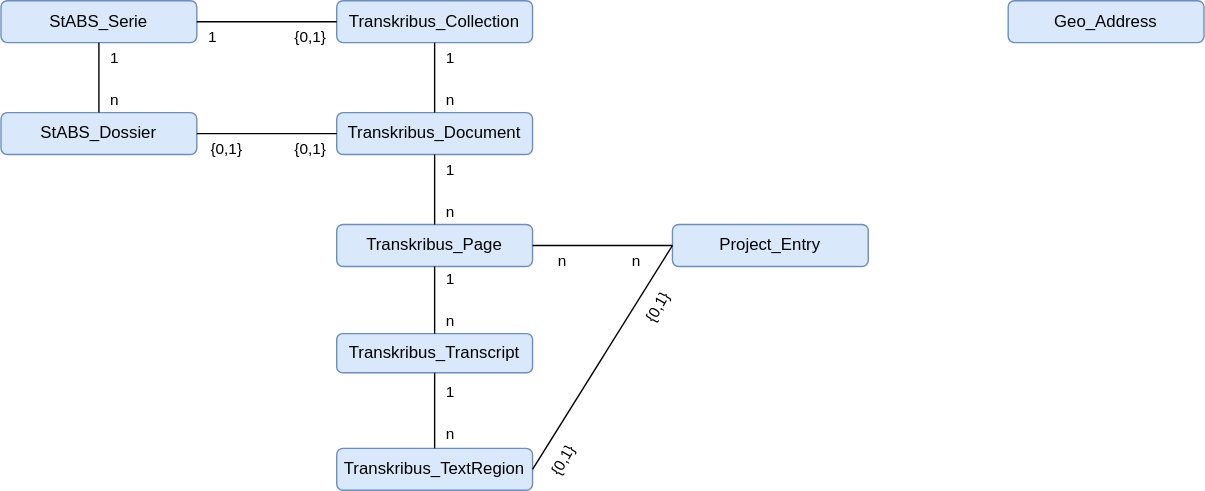
This is entityRelations.svg from history-unibas/Postgresql-Project-Database, a draw.io export, as it was before one commit. Source tidied: cells renumbered, new cells last; positions are measured from the earlier drawing's top-left corner, leaving out a move shared by most shapes.
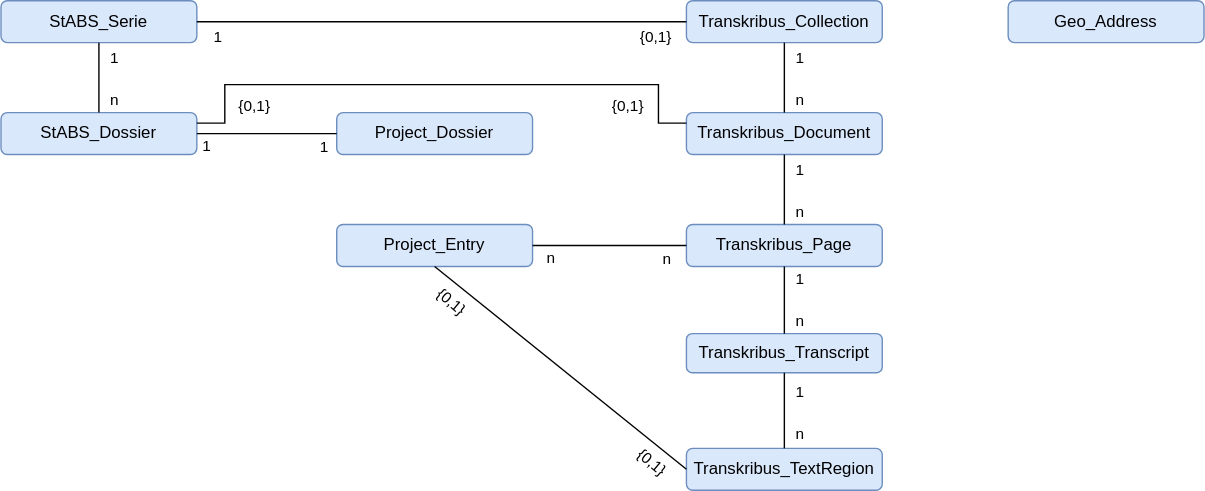
Later version of the same file.

Commit message:
add entity project_dossier

Change to the diagram source:
```diff
@@ -3,10 +3,10 @@
     <mxCell id="0" />
     <mxCell id="1" parent="0" />
     <mxCell id="2" value="StABS_Serie" style="rounded=1;whiteSpace=wrap;html=1;fillColor=#dae8fc;strokeColor=#6c8ebf;" parent="1" vertex="1">
-      <mxGeometry width="140" height="30" as="geometry" />
+      <mxGeometry x="-250" width="140" height="30" as="geometry" />
     </mxCell>
     <mxCell id="3" value="StABS_Dossier" style="rounded=1;whiteSpace=wrap;html=1;fillColor=#dae8fc;strokeColor=#6c8ebf;" parent="1" vertex="1">
-      <mxGeometry y="80" width="140" height="30" as="geometry" />
+      <mxGeometry x="-250" y="80" width="140" height="30" as="geometry" />
     </mxCell>
     <mxCell id="4" value="Transkribus_Collection" style="rounded=1;whiteSpace=wrap;html=1;fillColor=#dae8fc;strokeColor=#6c8ebf;" parent="1" vertex="1">
       <mxGeometry x="240" width="140" height="30" as="geometry" />
@@ -41,25 +41,33 @@
     </mxCell>
     <mxCell id="13" value="{0,1}" style="edgeLabel;html=1;align=center;verticalAlign=middle;" parent="12" vertex="1">
       <mxGeometry x="0.23" y="2" relative="1" as="geometry">
-        <mxPoint x="42" y="8" as="offset" />
+        <mxPoint x="192" y="8" as="offset" />
       </mxGeometry>
     </mxCell>
     <mxCell id="14" value="1" style="edgeLabel;html=1;align=center;verticalAlign=middle;" parent="12" vertex="1">
       <mxGeometry relative="1" as="geometry">
-        <mxPoint x="-40" y="10" as="offset" />
+        <mxPoint x="-161" y="10" as="offset" />
       </mxGeometry>
     </mxCell>
-    <mxCell id="15" style="endArrow=none;html=1;rounded=0;entryX=1;entryY=0.5;entryDx=0;entryDy=0;exitX=0;exitY=0.5;exitDx=0;exitDy=0;" parent="1" edge="1" source="5" target="3">
-      <mxGeometry relative="1" as="geometry" />
+    <mxCell id="15" style="endArrow=none;html=1;rounded=0;edgeStyle=orthogonalEdgeStyle;entryX=1;entryY=0.25;entryDx=0;entryDy=0;exitX=0;exitY=0.25;exitDx=0;exitDy=0;" parent="1" edge="1" source="5" target="3">
+      <mxGeometry relative="1" as="geometry">
+        <Array as="points">
+          <mxPoint x="220" y="88" />
+          <mxPoint x="220" y="60" />
+          <mxPoint x="-90" y="60" />
+          <mxPoint x="-90" y="88" />
+          <mxPoint x="-110" y="88" />
+        </Array>
+      </mxGeometry>
     </mxCell>
     <mxCell id="16" value="{0,1}" style="edgeLabel;html=1;align=center;verticalAlign=middle;" parent="15" vertex="1">
       <mxGeometry x="0.23" y="2" relative="1" as="geometry">
-        <mxPoint x="-18" y="8" as="offset" />
+        <mxPoint x="-88" y="12" as="offset" />
       </mxGeometry>
     </mxCell>
     <mxCell id="17" value="{0,1}" style="edgeLabel;html=1;align=center;verticalAlign=middle;" parent="15" vertex="1">
       <mxGeometry relative="1" as="geometry">
-        <mxPoint x="30" y="10" as="offset" />
+        <mxPoint x="133" y="14" as="offset" />
       </mxGeometry>
     </mxCell>
     <mxCell id="18" style="endArrow=none;html=1;rounded=0;entryX=0.5;entryY=1;entryDx=0;entryDy=0;exitX=0.5;exitY=0;exitDx=0;exitDy=0;" parent="1" edge="1" source="5" target="4">
@@ -115,36 +123,52 @@
       </mxGeometry>
     </mxCell>
     <mxCell id="30" value="Project_Entry" style="rounded=1;whiteSpace=wrap;html=1;fillColor=#dae8fc;strokeColor=#6c8ebf;" parent="1" vertex="1">
-      <mxGeometry x="480" y="160" width="140" height="30" as="geometry" />
+      <mxGeometry x="-10" y="160" width="140" height="30" as="geometry" />
     </mxCell>
-    <mxCell id="31" style="endArrow=none;html=1;rounded=0;entryX=1;entryY=0.5;entryDx=0;entryDy=0;exitX=0;exitY=0.5;exitDx=0;exitDy=0;" parent="1" edge="1" source="30" target="6">
+    <mxCell id="31" style="endArrow=none;html=1;rounded=0;entryX=0;entryY=0.5;entryDx=0;entryDy=0;exitX=1;exitY=0.5;exitDx=0;exitDy=0;" parent="1" edge="1" source="30" target="6">
       <mxGeometry relative="1" as="geometry" />
     </mxCell>
     <mxCell id="32" value="n" style="edgeLabel;html=1;align=center;verticalAlign=middle;" parent="31" vertex="1">
       <mxGeometry x="0.23" y="2" relative="1" as="geometry">
-        <mxPoint x="-18" y="8" as="offset" />
+        <mxPoint x="-56" y="10" as="offset" />
       </mxGeometry>
     </mxCell>
     <mxCell id="33" value="n" style="edgeLabel;html=1;align=center;verticalAlign=middle;" parent="31" vertex="1">
       <mxGeometry relative="1" as="geometry">
-        <mxPoint x="23" y="10" as="offset" />
+        <mxPoint x="40" y="9" as="offset" />
       </mxGeometry>
     </mxCell>
-    <mxCell id="34" style="endArrow=none;html=1;rounded=0;entryX=1;entryY=0.5;entryDx=0;entryDy=0;exitX=0;exitY=0.5;exitDx=0;exitDy=0;" parent="1" edge="1" source="30" target="8">
+    <mxCell id="34" style="endArrow=none;html=1;rounded=0;entryX=0;entryY=0.5;entryDx=0;entryDy=0;exitX=0.5;exitY=1;exitDx=0;exitDy=0;" parent="1" edge="1" source="30" target="8">
       <mxGeometry relative="1" as="geometry" />
     </mxCell>
-    <mxCell id="35" value="{0,1}" style="edgeLabel;html=1;align=center;verticalAlign=middle;rotation=-60;" parent="34" vertex="1">
+    <mxCell id="35" value="{0,1}" style="edgeLabel;html=1;align=center;verticalAlign=middle;rotation=40;" parent="34" vertex="1">
       <mxGeometry x="0.23" y="2" relative="1" as="geometry">
-        <mxPoint x="-19" y="55" as="offset" />
+        <mxPoint x="-100" y="-63" as="offset" />
       </mxGeometry>
     </mxCell>
-    <mxCell id="36" value="{0,1}" style="edgeLabel;html=1;align=center;verticalAlign=middle;rotation=-60;" parent="34" vertex="1">
+    <mxCell id="36" value="{0,1}" style="edgeLabel;html=1;align=center;verticalAlign=middle;rotation=40;" parent="34" vertex="1">
       <mxGeometry relative="1" as="geometry">
-        <mxPoint x="38" y="-35" as="offset" />
+        <mxPoint x="65" y="67" as="offset" />
       </mxGeometry>
     </mxCell>
     <mxCell id="37" value="Geo_Address" style="rounded=1;whiteSpace=wrap;html=1;fillColor=#dae8fc;strokeColor=#6c8ebf;" parent="1" vertex="1">
-      <mxGeometry x="720" width="140" height="30" as="geometry" />
+      <mxGeometry x="470" width="140" height="30" as="geometry" />
     </mxCell>
+    <mxCell id="38" value="Project_Dossier" style="rounded=1;whiteSpace=wrap;html=1;fillColor=#dae8fc;strokeColor=#6c8ebf;" parent="1" vertex="1">
+      <mxGeometry x="-10" y="80" width="140" height="30" as="geometry" />
+    </mxCell>
+    <mxCell id="39" style="endArrow=none;html=1;rounded=0;entryX=0;entryY=0.5;entryDx=0;entryDy=0;exitX=1;exitY=0.5;exitDx=0;exitDy=0;" parent="1" edge="1" source="3" target="38">
+      <mxGeometry relative="1" as="geometry" />
+    </mxCell>
+    <mxCell id="40" value="1" style="edgeLabel;html=1;align=center;verticalAlign=middle;" parent="39" vertex="1">
+      <mxGeometry x="0.23" y="2" relative="1" as="geometry">
+        <mxPoint x="-56" y="10" as="offset" />
+      </mxGeometry>
+    </mxCell>
+    <mxCell id="41" value="1" style="edgeLabel;html=1;align=center;verticalAlign=middle;" parent="39" vertex="1">
+      <mxGeometry relative="1" as="geometry">
+        <mxPoint x="40" y="9" as="offset" />
+      </mxGeometry>
+    </mxCell>
   </root>
 </mxGraphModel>
```
